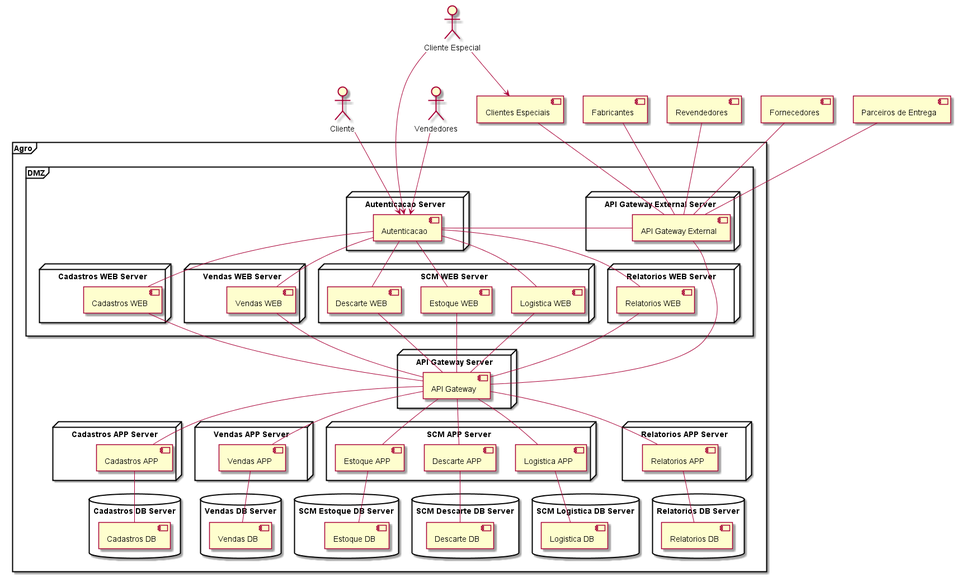
The PlantUML diagram arquitetura/ferramentas/PlantUML/script.png in herberton/tcc, before a commit.
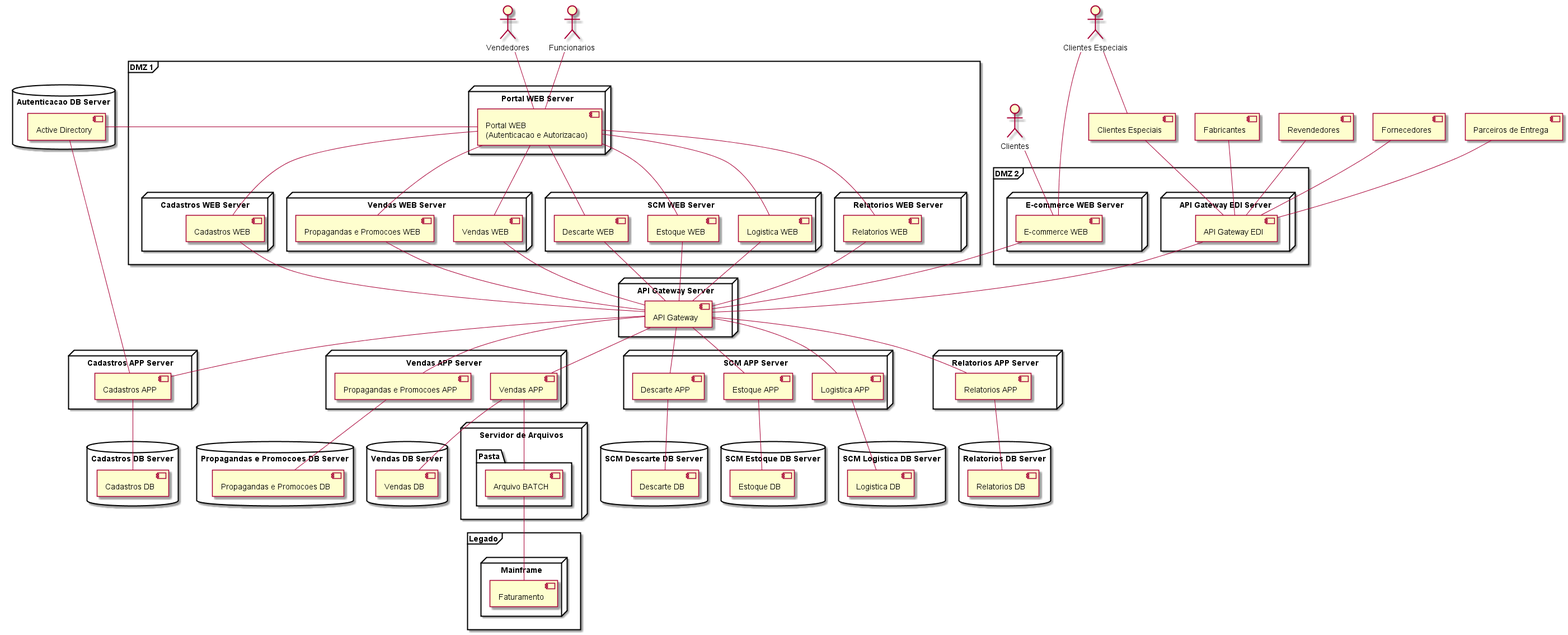
The same file after the commit.

Commit message:
atualizacao diagrama de componentes

Diff of the diagram source:
```diff
@@ -2,9 +2,10 @@
 
 	skinparam componentStyle uml2
 
-	actor Cliente 				as AC
-	actor :Cliente Especial:	as ACE
+	actor Clientes				as AC
+	actor :Clientes Especiais: 				as ACE
 	actor :Vendedores:			as AV
+	actor :Funcionarios:		as AF
 
 	[Clientes Especiais] 	as CCE
 	[Fabricantes] 			as CFA
@@ -12,83 +13,118 @@
 	[Fornecedores] 			as CFO
 	[Parceiros de Entrega] 	as CPE
 
-	frame "Agro" {
 
-		frame "DMZ" {
 
-			node "Autenticacao Server" {
-				[Autenticacao]  		as CA
+		frame "DMZ 1" {
+
+			node "Portal WEB Server" {
+				component CWAA [
+					Portal WEB
+					(Autenticacao e Autorizacao)
+				]
 			}
-
 			node "Cadastros WEB Server" {
-				[Cadastros WEB] 		as CWC
+				[Cadastros WEB] 				as CWC
 			}
 			node "Vendas WEB Server" {
-				[Vendas WEB]			as CWV
+				[Vendas WEB]					as CWV
+				[Propagandas e Promocoes WEB]	as CWPP
 			}
 			node "SCM WEB Server" {
-				[Estoque WEB] 			as CWE
-				[Descarte WEB]			as CWD
-				[Logistica WEB]			as CWL
+				[Estoque WEB] 					as CWE
+				[Descarte WEB]					as CWD
+				[Logistica WEB]					as CWL
 			}
 			node "Relatorios WEB Server" {
-				[Relatorios WEB] 		as CWR
-			}
-			node "API Gateway External Server" {
-				[API Gateway External]	as CAGE
+				[Relatorios WEB] 				as CWR
 			}
 		}
 
+		frame "DMZ 2" {
+
+			node "E-commerce WEB Server" {
+				[E-commerce WEB]				as CWEC
+			}
+			node "API Gateway EDI Server" {
+				[API Gateway EDI]				as CAGE
+			}
+		}
+
+
 		node "API Gateway Server" {
-			[API Gateway] 				as CAG
+			[API Gateway] 						as CAG
 		}
 
 		node "Cadastros APP Server" {
-			[Cadastros APP]				as CAC
+			[Cadastros APP]						as CAC
 		}
 		node "Vendas APP Server" {
-			[Vendas APP] 				as CAV
+			[Propagandas e Promocoes APP]		as CAPP
+			[Vendas APP] 						as CAV
+
 		}
 		node "SCM APP Server" {
-			[Estoque APP] 				as CAE
-			[Descarte APP]				as CAD
-			[Logistica APP] 			as CAL
+
+			[Descarte APP]						as CAD
+			[Estoque APP] 						as CAE
+			[Logistica APP] 					as CAL
 		}
 		node "Relatorios APP Server" {
-			[Relatorios APP] 			as CAR
+			[Relatorios APP] 					as CAR
+		}
+
+		database  "Autenticacao DB Server" {
+			[Active Directory] 					as AD
 		}
 
 		database  "Cadastros DB Server" {
-			[Cadastros DB] 				as CDC
+			[Cadastros DB] 						as CDC
 		}
 		database  "Vendas DB Server" {
-			[Vendas DB] 				as CDV
+			[Vendas DB] 						as CDV
+		}
+		database  "Propagandas e Promocoes DB Server" {
+			[Propagandas e Promocoes DB]		as CDPP
 		}
 		database  "SCM Estoque DB Server" {
-			[Estoque DB] 				as CDE
+			[Estoque DB] 						as CDE
 		}
 		database  "SCM Descarte DB Server" {
-			[Descarte DB] 				as CDD
+			[Descarte DB] 						as CDD
 		}
 		database  "SCM Logistica DB Server" {
-			[Logistica DB] 				as CDL
+			[Logistica DB] 						as CDL
 		}
 		database  "Relatorios DB Server" {
-			[Relatorios DB] 			as CDR
+			[Relatorios DB] 					as CDR
 		}
 
-		CA -right- CAGE
-		CA -down- CWC
-		CA -down- CWV
-		CA -down- CWE
-		CA -down- CWD
-		CA -down- CWL
-		CA -down- CWR
+		frame "Legado" {
+			node "Mainframe" {
+				[Faturamento]					as CMF
+			}
+		}
+
+		node "Servidor de Arquivos" {
+			folder "Pasta" {
+				[Arquivo BATCH]						as ARQ
+			}
+		}
+
+		CWAA -down- CWC
+		CWAA -down- CWV
+		CWAA -down- CWPP
+		CWAA -down- CWE
+		CWAA -down- CWD
+		CWAA -down- CWL
+		CWAA -down- CWR
 
 		CAGE -down- CAG
 
+		CWEC -down- CAG
 		CWC	-down- CAG
 		CWV -down- CAG
+		CWPP -down- CAG
 		CWE -down- CAG
 		CWD -down- CAG
 		CWL -down- CAG
@@ -96,6 +132,7 @@
 
 		CAC	-up- CAG
 		CAV -up- CAG
+		CAPP -up- CAG
 		CAE -up- CAG
 		CAD -up- CAG
 		CAL -up- CAG
@@ -103,12 +140,19 @@
 
 		CAC	-down- CDC
 		CAV -down- CDV
+		CAPP -down- CDPP
 		CAE -down- CDE
 		CAD -down- CDD
 		CAL -down- CDL
 		CAR -down- CDR
 
-	}
+		CWAA -left- AD
+		CAC -up- AD
+
+		CMF -up- ARQ
+		CAV -down- ARQ
+
+
 
 	CCE -down- CAGE
 	CFA -down- CAGE
@@ -116,10 +160,10 @@
 	CFO -down- CAGE
 	CPE -down- CAGE
 
-	AC -down-> CA
-	AV -down-> CA
-	ACE -down-> CA
-	ACE -down-> CCE
-
+	AC -down- CWEC
+	ACE -down- CWEC
+	ACE -down- CCE
+	AV -down- CWAA
+	AF -down- CWAA
 
 @enduml
```
